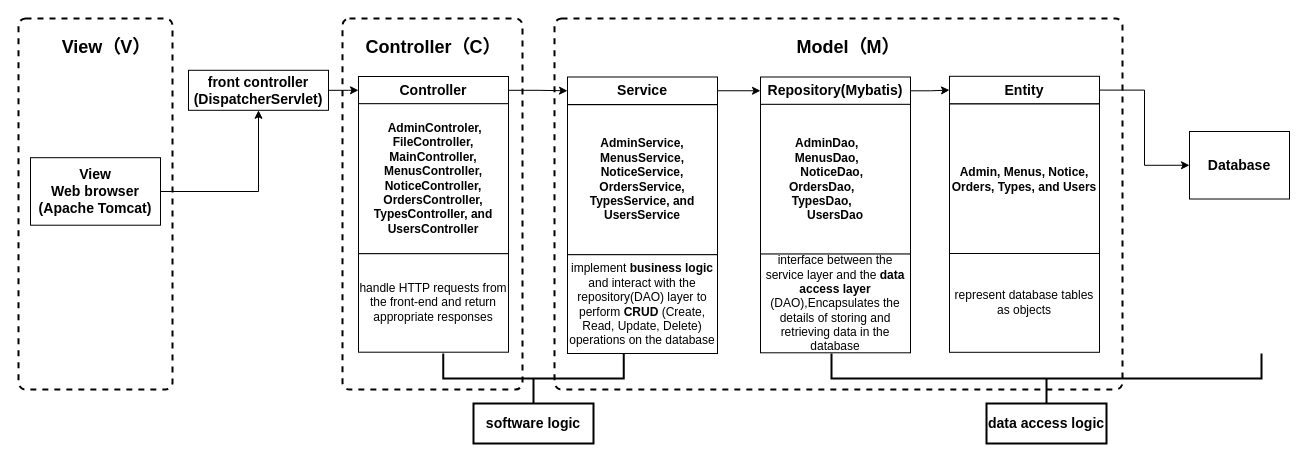
JetfiremaxYao/CW keeps this draw.io diagram as page "第 1 页" (1 of 3) of system architecture.drawio. Above is the earlier version. Source tidied: cells renumbered, new cells numbered last; positions are measured from the earlier drawing's top-left corner, leaving out a move shared by most shapes. Both pictures are drawn from the tidied source at 100%, with x=0, y=0 at pixel (18, 18).
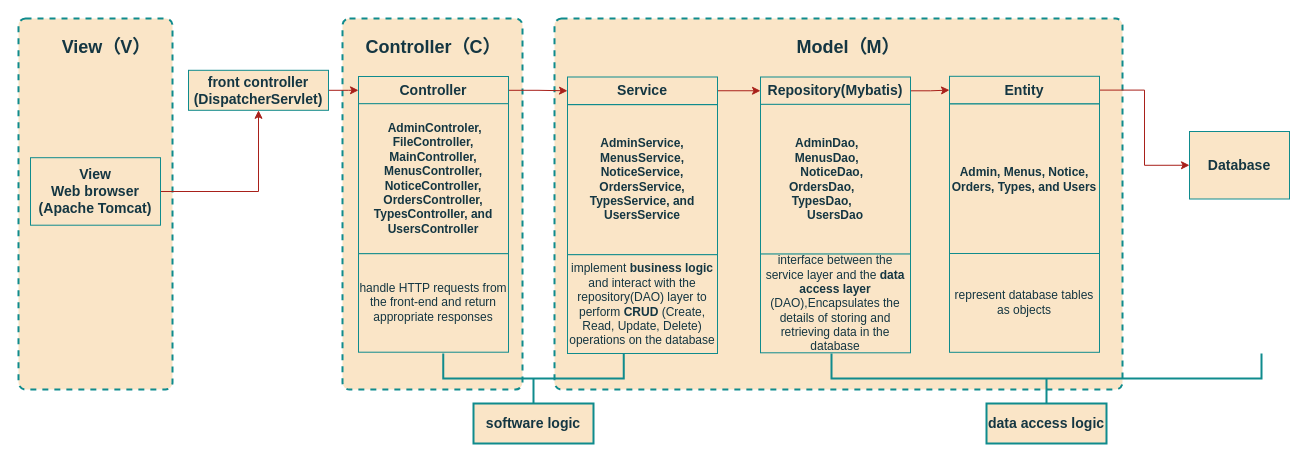
The same diagram, later.

Change to the diagram source:
```diff
@@
-    <mxCell id="2" style="rounded=1;whiteSpace=wrap;html=1;absoluteArcSize=1;arcSize=14;strokeWidth=2;dashed=1;" parent="1" vertex="1">
+    <mxCell id="2" style="rounded=1;whiteSpace=wrap;html=1;absoluteArcSize=1;arcSize=14;strokeWidth=2;dashed=1;labelBackgroundColor=none;fillColor=#FAE5C7;strokeColor=#0F8B8D;fontColor=#143642;" parent="1" vertex="1">
       <mxGeometry width="154" height="371" as="geometry" />
     </mxCell>
-    <mxCell id="3" style="rounded=1;whiteSpace=wrap;html=1;absoluteArcSize=1;arcSize=14;strokeWidth=2;dashed=1;" parent="1" vertex="1">
+    <mxCell id="3" style="rounded=1;whiteSpace=wrap;html=1;absoluteArcSize=1;arcSize=14;strokeWidth=2;dashed=1;labelBackgroundColor=none;fillColor=#FAE5C7;strokeColor=#0F8B8D;fontColor=#143642;" parent="1" vertex="1">
       <mxGeometry x="536" width="568" height="371" as="geometry" />
     </mxCell>
-    <mxCell id="4" style="rounded=1;whiteSpace=wrap;html=1;absoluteArcSize=1;arcSize=14;strokeWidth=2;dashed=1;" parent="1" vertex="1">
+    <mxCell id="4" style="rounded=1;whiteSpace=wrap;html=1;absoluteArcSize=1;arcSize=14;strokeWidth=2;dashed=1;labelBackgroundColor=none;fillColor=#FAE5C7;strokeColor=#0F8B8D;fontColor=#143642;" parent="1" vertex="1">
       <mxGeometry x="324" width="180" height="371" as="geometry" />
     </mxCell>
-    <mxCell id="5" style="edgeStyle=orthogonalEdgeStyle;rounded=0;jettySize=auto;html=1;" parent="1" edge="1" source="6" target="8">
+    <mxCell id="5" style="edgeStyle=orthogonalEdgeStyle;rounded=0;jettySize=auto;html=1;labelBackgroundColor=none;strokeColor=#A8201A;fontColor=default;" parent="1" edge="1" source="6" target="8">
       <mxGeometry relative="1" as="geometry" />
     </mxCell>
-    <mxCell id="6" value="&lt;h3&gt;View&lt;br&gt;Web browser (Apache Tomcat)&lt;/h3&gt;" style="rounded=0;whiteSpace=wrap;html=1;" parent="1" vertex="1">
+    <mxCell id="6" value="&lt;h3&gt;View&lt;br&gt;Web browser (Apache Tomcat)&lt;/h3&gt;" style="rounded=0;whiteSpace=wrap;html=1;labelBackgroundColor=none;fillColor=#FAE5C7;strokeColor=#0F8B8D;fontColor=#143642;" parent="1" vertex="1">
       <mxGeometry x="12" y="139.2" width="130" height="67.5" as="geometry" />
     </mxCell>
-    <mxCell id="7" style="edgeStyle=orthogonalEdgeStyle;rounded=0;jettySize=auto;html=1;" parent="1" edge="1" source="8" target="10">
+    <mxCell id="7" style="edgeStyle=orthogonalEdgeStyle;rounded=0;jettySize=auto;html=1;labelBackgroundColor=none;strokeColor=#A8201A;fontColor=default;" parent="1" edge="1" source="8" target="10">
       <mxGeometry relative="1" as="geometry" />
     </mxCell>
-    <mxCell id="8" value="&lt;h3&gt;front controller (DispatcherServlet) &lt;/h3&gt;" style="rounded=0;whiteSpace=wrap;html=1;" parent="1" vertex="1">
+    <mxCell id="8" value="&lt;h3&gt;front controller (DispatcherServlet) &lt;/h3&gt;" style="rounded=0;whiteSpace=wrap;html=1;labelBackgroundColor=none;fillColor=#FAE5C7;strokeColor=#0F8B8D;fontColor=#143642;" parent="1" vertex="1">
       <mxGeometry x="170" y="51.8" width="140" height="40" as="geometry" />
     </mxCell>
-    <mxCell id="9" style="edgeStyle=orthogonalEdgeStyle;rounded=0;jettySize=auto;html=1;" parent="1" edge="1" source="10" target="14">
+    <mxCell id="9" style="edgeStyle=orthogonalEdgeStyle;rounded=0;jettySize=auto;html=1;labelBackgroundColor=none;strokeColor=#A8201A;fontColor=default;" parent="1" edge="1" source="10" target="14">
       <mxGeometry relative="1" as="geometry" />
     </mxCell>
-    <mxCell id="10" value="&lt;h3&gt;Controller&lt;/h3&gt;" style="whiteSpace=wrap;html=1;rounded=0;" parent="1" vertex="1">
+    <mxCell id="10" value="&lt;h3&gt;Controller&lt;/h3&gt;" style="whiteSpace=wrap;html=1;rounded=0;labelBackgroundColor=none;fillColor=#FAE5C7;strokeColor=#0F8B8D;fontColor=#143642;" parent="1" vertex="1">
       <mxGeometry x="340" y="58" width="150" height="27.5" as="geometry" />
     </mxCell>
-    <mxCell id="11" value="&lt;h4&gt;&amp;nbsp;AdminControler, FileController, MainController, MenusController, NoticeController, OrdersController, TypesController, and UsersController&lt;/h4&gt;" style="whiteSpace=wrap;html=1;" parent="1" vertex="1">
+    <mxCell id="11" value="&lt;h4&gt;&amp;nbsp;AdminControler, FileController, MainController, MenusController, NoticeController, OrdersController, TypesController, and UsersController&lt;/h4&gt;" style="whiteSpace=wrap;html=1;labelBackgroundColor=none;fillColor=#FAE5C7;strokeColor=#0F8B8D;fontColor=#143642;" parent="1" vertex="1">
       <mxGeometry x="340" y="85.2" width="150" height="150" as="geometry" />
     </mxCell>
-    <mxCell id="12" value="&lt;h4&gt;AdminService, MenusService, NoticeService, OrdersService, TypesService, and UsersService&lt;/h4&gt;" style="whiteSpace=wrap;html=1;" parent="1" vertex="1">
+    <mxCell id="12" value="&lt;h4&gt;AdminService, MenusService, NoticeService, OrdersService, TypesService, and UsersService&lt;/h4&gt;" style="whiteSpace=wrap;html=1;labelBackgroundColor=none;fillColor=#FAE5C7;strokeColor=#0F8B8D;fontColor=#143642;" parent="1" vertex="1">
       <mxGeometry x="549" y="86.2" width="150" height="150" as="geometry" />
     </mxCell>
-    <mxCell id="13" style="edgeStyle=orthogonalEdgeStyle;rounded=0;jettySize=auto;html=1;" parent="1" edge="1" source="14" target="16">
+    <mxCell id="13" style="edgeStyle=orthogonalEdgeStyle;rounded=0;jettySize=auto;html=1;labelBackgroundColor=none;strokeColor=#A8201A;fontColor=default;" parent="1" edge="1" source="14" target="16">
       <mxGeometry relative="1" as="geometry" />
     </mxCell>
-    <mxCell id="14" value="&lt;h3&gt;Service&lt;/h3&gt;" style="whiteSpace=wrap;html=1;rounded=0;" parent="1" vertex="1">
+    <mxCell id="14" value="&lt;h3&gt;Service&lt;/h3&gt;" style="whiteSpace=wrap;html=1;rounded=0;labelBackgroundColor=none;fillColor=#FAE5C7;strokeColor=#0F8B8D;fontColor=#143642;" parent="1" vertex="1">
       <mxGeometry x="549" y="58.5" width="150" height="27.5" as="geometry" />
     </mxCell>
-    <mxCell id="15" style="edgeStyle=orthogonalEdgeStyle;rounded=0;jettySize=auto;html=1;" parent="1" edge="1" source="16" target="19">
+    <mxCell id="15" style="edgeStyle=orthogonalEdgeStyle;rounded=0;jettySize=auto;html=1;labelBackgroundColor=none;strokeColor=#A8201A;fontColor=default;" parent="1" edge="1" source="16" target="19">
       <mxGeometry relative="1" as="geometry" />
     </mxCell>
-    <mxCell id="16" value="&lt;h3&gt;Repository(Mybatis)&lt;/h3&gt;" style="whiteSpace=wrap;html=1;rounded=0;" parent="1" vertex="1">
+    <mxCell id="16" value="&lt;h3&gt;Repository(Mybatis)&lt;/h3&gt;" style="whiteSpace=wrap;html=1;rounded=0;labelBackgroundColor=none;fillColor=#FAE5C7;strokeColor=#0F8B8D;fontColor=#143642;" parent="1" vertex="1">
       <mxGeometry x="742" y="58.5" width="150" height="27.5" as="geometry" />
     </mxCell>
-    <mxCell id="17" value="&lt;h4 style=&quot;&quot;&gt;AdminDao,&amp;nbsp; &amp;nbsp; &amp;nbsp; MenusDao,&amp;nbsp; &amp;nbsp; &amp;nbsp; &amp;nbsp;NoticeDao,&amp;nbsp; &amp;nbsp; &amp;nbsp;OrdersDao,&amp;nbsp; &amp;nbsp; &amp;nbsp; &amp;nbsp; &amp;nbsp; &amp;nbsp;TypesDao,&amp;nbsp; &amp;nbsp; &amp;nbsp; &amp;nbsp; &amp;nbsp; UsersDao&lt;/h4&gt;" style="whiteSpace=wrap;html=1;align=center;" parent="1" vertex="1">
+    <mxCell id="17" value="&lt;h4 style=&quot;&quot;&gt;AdminDao,&amp;nbsp; &amp;nbsp; &amp;nbsp; MenusDao,&amp;nbsp; &amp;nbsp; &amp;nbsp; &amp;nbsp;NoticeDao,&amp;nbsp; &amp;nbsp; &amp;nbsp;OrdersDao,&amp;nbsp; &amp;nbsp; &amp;nbsp; &amp;nbsp; &amp;nbsp; &amp;nbsp;TypesDao,&amp;nbsp; &amp;nbsp; &amp;nbsp; &amp;nbsp; &amp;nbsp; UsersDao&lt;/h4&gt;" style="whiteSpace=wrap;html=1;align=center;labelBackgroundColor=none;fillColor=#FAE5C7;strokeColor=#0F8B8D;fontColor=#143642;" parent="1" vertex="1">
       <mxGeometry x="742" y="85.8" width="150" height="150" as="geometry" />
     </mxCell>
-    <mxCell id="18" style="edgeStyle=orthogonalEdgeStyle;rounded=0;jettySize=auto;html=1;entryX=0;entryY=0.5;entryDx=0;entryDy=0;" parent="1" edge="1" source="19" target="21">
+    <mxCell id="18" style="edgeStyle=orthogonalEdgeStyle;rounded=0;jettySize=auto;html=1;entryX=0;entryY=0.5;entryDx=0;entryDy=0;labelBackgroundColor=none;strokeColor=#A8201A;fontColor=default;" parent="1" edge="1" source="19" target="21">
       <mxGeometry relative="1" as="geometry" />
     </mxCell>
-    <mxCell id="19" value="&lt;h3&gt;Entity&lt;/h3&gt;" style="whiteSpace=wrap;html=1;rounded=0;" parent="1" vertex="1">
+    <mxCell id="19" value="&lt;h3&gt;Entity&lt;/h3&gt;" style="whiteSpace=wrap;html=1;rounded=0;labelBackgroundColor=none;fillColor=#FAE5C7;strokeColor=#0F8B8D;fontColor=#143642;" parent="1" vertex="1">
       <mxGeometry x="931" y="57.8" width="150" height="27.5" as="geometry" />
     </mxCell>
-    <mxCell id="20" value="&lt;h4&gt;Admin, Menus, Notice, Orders, Types, and Users&lt;/h4&gt;" style="whiteSpace=wrap;html=1;" parent="1" vertex="1">
+    <mxCell id="20" value="&lt;h4&gt;Admin, Menus, Notice, Orders, Types, and Users&lt;/h4&gt;" style="whiteSpace=wrap;html=1;labelBackgroundColor=none;fillColor=#FAE5C7;strokeColor=#0F8B8D;fontColor=#143642;" parent="1" vertex="1">
       <mxGeometry x="931" y="85.5" width="150" height="150" as="geometry" />
     </mxCell>
-    <mxCell id="21" value="&lt;h3&gt;Database&lt;/h3&gt;" style="rounded=0;whiteSpace=wrap;html=1;" parent="1" vertex="1">
+    <mxCell id="21" value="&lt;h3&gt;Database&lt;/h3&gt;" style="rounded=0;whiteSpace=wrap;html=1;labelBackgroundColor=none;fillColor=#FAE5C7;strokeColor=#0F8B8D;fontColor=#143642;" parent="1" vertex="1">
       <mxGeometry x="1171" y="113" width="100" height="67.5" as="geometry" />
     </mxCell>
-    <mxCell id="22" value="handle HTTP requests from the front-end and return appropriate responses" style="rounded=0;whiteSpace=wrap;html=1;" parent="1" vertex="1">
+    <mxCell id="22" value="handle HTTP requests from the front-end and return appropriate responses" style="rounded=0;whiteSpace=wrap;html=1;labelBackgroundColor=none;fillColor=#FAE5C7;strokeColor=#0F8B8D;fontColor=#143642;" parent="1" vertex="1">
       <mxGeometry x="340" y="235.2" width="150" height="98.5" as="geometry" />
     </mxCell>
-    <mxCell id="23" value="implement &lt;b&gt;business logic&lt;/b&gt; and interact with the repository(DAO) layer to perform &lt;b&gt;CRUD&lt;/b&gt; (Create, Read, Update, Delete) operations on the database" style="rounded=0;whiteSpace=wrap;html=1;" parent="1" vertex="1">
+    <mxCell id="23" value="implement &lt;b&gt;business logic&lt;/b&gt; and interact with the repository(DAO) layer to perform &lt;b&gt;CRUD&lt;/b&gt; (Create, Read, Update, Delete) operations on the database" style="rounded=0;whiteSpace=wrap;html=1;labelBackgroundColor=none;fillColor=#FAE5C7;strokeColor=#0F8B8D;fontColor=#143642;" parent="1" vertex="1">
       <mxGeometry x="549" y="236.2" width="150" height="98.8" as="geometry" />
     </mxCell>
-    <mxCell id="24" value="interface between the service layer and the &lt;b&gt;data access layer&lt;/b&gt; (DAO),Encapsulates the details of storing and retrieving data in the database" style="rounded=0;whiteSpace=wrap;html=1;" parent="1" vertex="1">
+    <mxCell id="24" value="interface between the service layer and the &lt;b&gt;data access layer&lt;/b&gt; (DAO),Encapsulates the details of storing and retrieving data in the database" style="rounded=0;whiteSpace=wrap;html=1;labelBackgroundColor=none;fillColor=#FAE5C7;strokeColor=#0F8B8D;fontColor=#143642;" parent="1" vertex="1">
       <mxGeometry x="742" y="235.5" width="150" height="98.8" as="geometry" />
     </mxCell>
-    <mxCell id="25" value="represent database tables as objects" style="rounded=0;whiteSpace=wrap;html=1;" parent="1" vertex="1">
+    <mxCell id="25" value="represent database tables as objects" style="rounded=0;whiteSpace=wrap;html=1;labelBackgroundColor=none;fillColor=#FAE5C7;strokeColor=#0F8B8D;fontColor=#143642;" parent="1" vertex="1">
       <mxGeometry x="931" y="235" width="150" height="98.8" as="geometry" />
     </mxCell>
-    <mxCell id="26" style="strokeWidth=2;html=1;shape=mxgraph.flowchart.annotation_2;align=left;labelPosition=right;rotation=-90;" parent="1" vertex="1">
+    <mxCell id="26" style="strokeWidth=2;html=1;shape=mxgraph.flowchart.annotation_2;align=left;labelPosition=right;rotation=-90;labelBackgroundColor=none;fillColor=#FAE5C7;strokeColor=#0F8B8D;fontColor=#143642;" parent="1" vertex="1">
       <mxGeometry x="490" y="269.8" width="50" height="180.5" as="geometry" />
     </mxCell>
-    <mxCell id="27" value="&lt;h3&gt;&lt;b&gt;software logic&lt;/b&gt;&lt;/h3&gt;" style="whiteSpace=wrap;html=1;align=center;strokeWidth=2;" parent="1" vertex="1">
+    <mxCell id="27" value="&lt;h3&gt;&lt;b&gt;software logic&lt;/b&gt;&lt;/h3&gt;" style="whiteSpace=wrap;html=1;align=center;strokeWidth=2;labelBackgroundColor=none;fillColor=#FAE5C7;strokeColor=#0F8B8D;fontColor=#143642;" parent="1" vertex="1">
       <mxGeometry x="455" y="385" width="120" height="40" as="geometry" />
     </mxCell>
-    <mxCell id="28" style="strokeWidth=2;html=1;shape=mxgraph.flowchart.annotation_2;align=left;labelPosition=right;rotation=-90;" parent="1" vertex="1">
+    <mxCell id="28" style="strokeWidth=2;html=1;shape=mxgraph.flowchart.annotation_2;align=left;labelPosition=right;rotation=-90;labelBackgroundColor=none;fillColor=#FAE5C7;strokeColor=#0F8B8D;fontColor=#143642;" parent="1" vertex="1">
       <mxGeometry x="1003" y="145" width="50" height="430" as="geometry" />
     </mxCell>
-    <mxCell id="29" value="&lt;h3&gt;&lt;b&gt;data access logic&lt;/b&gt;&lt;/h3&gt;" style="whiteSpace=wrap;html=1;align=center;strokeWidth=2;" parent="1" vertex="1">
+    <mxCell id="29" value="&lt;h3&gt;&lt;b&gt;data access logic&lt;/b&gt;&lt;/h3&gt;" style="whiteSpace=wrap;html=1;align=center;strokeWidth=2;labelBackgroundColor=none;fillColor=#FAE5C7;strokeColor=#0F8B8D;fontColor=#143642;" parent="1" vertex="1">
       <mxGeometry x="968" y="385" width="120" height="40" as="geometry" />
     </mxCell>
-    <mxCell id="30" style="edgeStyle=orthogonalEdgeStyle;rounded=0;orthogonalLoop=1;jettySize=auto;html=1;exitX=0.5;exitY=1;exitDx=0;exitDy=0;" parent="1" edge="1" source="29" target="29">
+    <mxCell id="30" style="edgeStyle=orthogonalEdgeStyle;rounded=0;orthogonalLoop=1;jettySize=auto;html=1;exitX=0.5;exitY=1;exitDx=0;exitDy=0;labelBackgroundColor=none;strokeColor=#A8201A;fontColor=default;" parent="1" edge="1" source="29" target="29">
       <mxGeometry relative="1" as="geometry" />
     </mxCell>
-    <mxCell id="31" value="&lt;h2&gt;View（V）&lt;/h2&gt;" style="text;html=1;strokeColor=none;fillColor=none;spacing=5;spacingTop=-20;whiteSpace=wrap;overflow=hidden;rounded=0;align=center;" parent="1" vertex="1">
+    <mxCell id="31" value="&lt;h2&gt;View（V）&lt;/h2&gt;" style="text;html=1;strokeColor=none;fillColor=none;spacing=5;spacingTop=-20;whiteSpace=wrap;overflow=hidden;rounded=0;align=center;labelBackgroundColor=none;fontColor=#143642;" parent="1" vertex="1">
       <mxGeometry x="12" y="14" width="152" height="56" as="geometry" />
     </mxCell>
-    <mxCell id="32" value="&lt;h2&gt;Controller（C）&lt;/h2&gt;" style="text;html=1;strokeColor=none;fillColor=none;spacing=5;spacingTop=-20;whiteSpace=wrap;overflow=hidden;rounded=0;align=center;" parent="1" vertex="1">
+    <mxCell id="32" value="&lt;h2&gt;Controller（C）&lt;/h2&gt;" style="text;html=1;strokeColor=none;fillColor=none;spacing=5;spacingTop=-20;whiteSpace=wrap;overflow=hidden;rounded=0;align=center;labelBackgroundColor=none;fontColor=#143642;" parent="1" vertex="1">
       <mxGeometry x="339" y="14" width="152" height="56" as="geometry" />
     </mxCell>
-    <mxCell id="33" value="&lt;h2&gt;Model（M）&lt;/h2&gt;" style="text;html=1;strokeColor=none;fillColor=none;spacing=5;spacingTop=-20;whiteSpace=wrap;overflow=hidden;rounded=0;align=center;" parent="1" vertex="1">
+    <mxCell id="33" value="&lt;h2&gt;Model（M）&lt;/h2&gt;" style="text;html=1;strokeColor=none;fillColor=none;spacing=5;spacingTop=-20;whiteSpace=wrap;overflow=hidden;rounded=0;align=center;labelBackgroundColor=none;fontColor=#143642;" parent="1" vertex="1">
       <mxGeometry x="754" y="14" width="152" height="56" as="geometry" />
     </mxCell>
```
